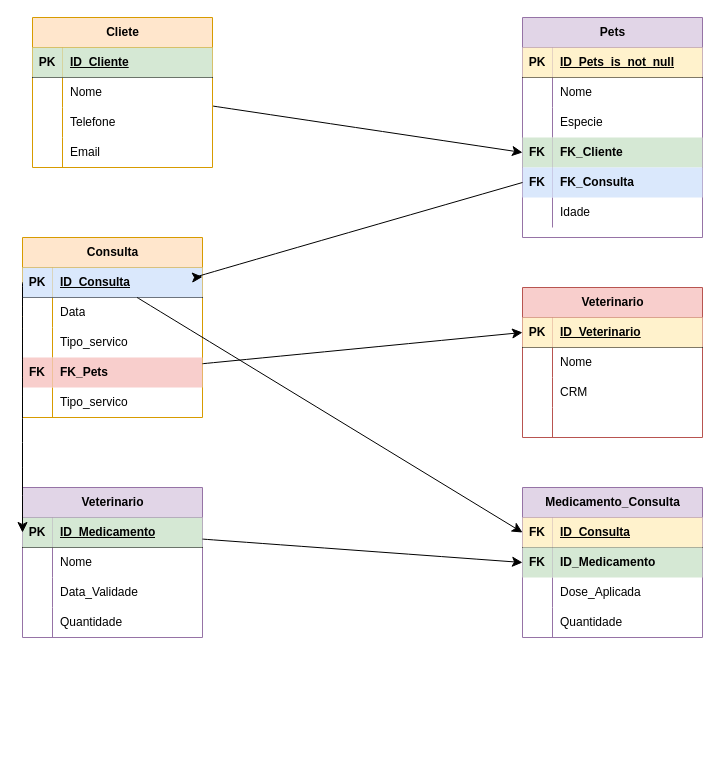
The draw.io diagram AULA01-EX04.drawio in wpriska/Modelagem-de-Dados, before the edit. Source tidied: cells renumbered, new cells numbered last; positions are measured from the earlier drawing's top-left corner, leaving out a move shared by most shapes. Both pictures are drawn from the tidied source at 100%, with x=0, y=0 at pixel (22, 17).
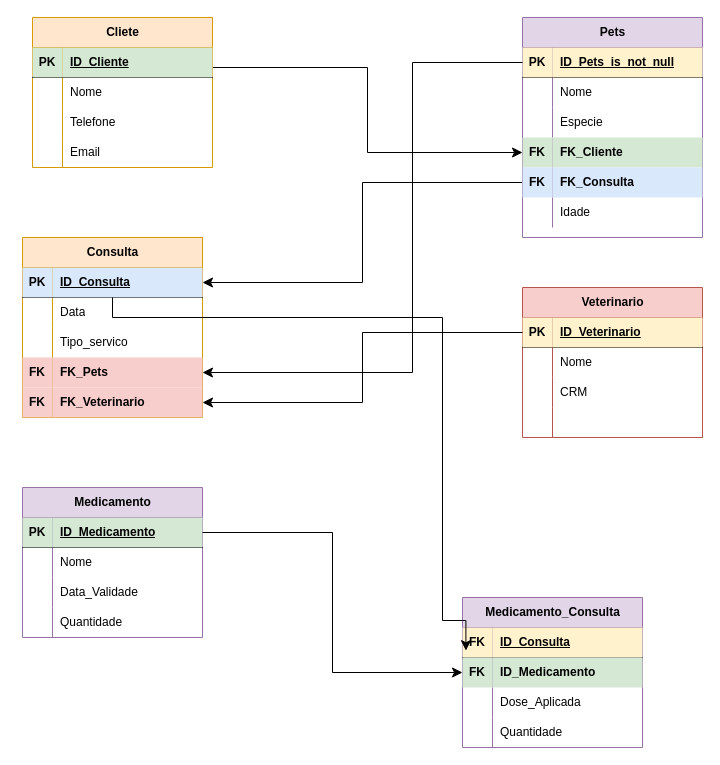
After the change.

The change refers to these unchanged cells:
```xml
<mxCell id="3" value="Cliete" style="shape=table;startSize=30;childLayout=tableLayout;rowLines=0;fontStyle=1;align=center;html=1;fillColor=#ffe6cc;strokeColor=#d79b00;" parent="1" vertex="1">
  <mxGeometry x="10" width="180" height="150" as="geometry" />
</mxCell>
<mxCell id="16" value="Pets" style="shape=table;startSize=30;childLayout=tableLayout;rowLines=0;fontStyle=1;align=center;html=1;fillColor=#e1d5e7;strokeColor=#9673a6;" parent="1" vertex="1">
  <mxGeometry x="500" width="180" height="220" as="geometry" />
</mxCell>
<mxCell id="17" style="shape=tableRow;horizontal=0;startSize=0;swimlaneHead=0;swimlaneBody=0;fillColor=none;points=[[0,0.5],[1,0.5]];portConstraint=eastwest;top=0;left=0;right=0;bottom=1;" parent="16" vertex="1">
  <mxGeometry y="30" width="180" height="30" as="geometry" />
</mxCell>
<mxCell id="26" style="shape=tableRow;horizontal=0;startSize=0;swimlaneHead=0;swimlaneBody=0;fillColor=none;points=[[0,0.5],[1,0.5]];portConstraint=eastwest;top=0;left=0;right=0;bottom=0;" parent="16" vertex="1">
  <mxGeometry y="120" width="180" height="30" as="geometry" />
</mxCell>
<mxCell id="29" style="shape=tableRow;horizontal=0;startSize=0;swimlaneHead=0;swimlaneBody=0;fillColor=none;points=[[0,0.5],[1,0.5]];portConstraint=eastwest;top=0;left=0;right=0;bottom=0;" parent="16" vertex="1">
  <mxGeometry y="150" width="180" height="30" as="geometry" />
</mxCell>
<mxCell id="35" value="Consulta" style="shape=table;startSize=30;childLayout=tableLayout;rowLines=0;fontStyle=1;align=center;html=1;fillColor=#ffe6cc;strokeColor=#d79b00;" parent="1" vertex="1">
  <mxGeometry y="220" width="180" height="180" as="geometry" />
</mxCell>
<mxCell id="36" style="shape=tableRow;horizontal=0;startSize=0;swimlaneHead=0;swimlaneBody=0;fillColor=none;points=[[0,0.5],[1,0.5]];portConstraint=eastwest;top=0;left=0;right=0;bottom=1;" parent="35" vertex="1">
  <mxGeometry y="30" width="180" height="30" as="geometry" />
</mxCell>
<mxCell id="45" style="shape=tableRow;horizontal=0;startSize=0;swimlaneHead=0;swimlaneBody=0;fillColor=none;points=[[0,0.5],[1,0.5]];portConstraint=eastwest;top=0;left=0;right=0;bottom=0;" parent="35" vertex="1">
  <mxGeometry y="120" width="180" height="30" as="geometry" />
</mxCell>
<mxCell id="48" style="shape=tableRow;horizontal=0;startSize=0;swimlaneHead=0;swimlaneBody=0;fillColor=none;points=[[0,0.5],[1,0.5]];portConstraint=eastwest;top=0;left=0;right=0;bottom=0;" parent="35" vertex="1">
  <mxGeometry y="150" width="180" height="30" as="geometry" />
</mxCell>
<mxCell id="53" style="shape=tableRow;horizontal=0;startSize=0;swimlaneHead=0;swimlaneBody=0;fillColor=none;points=[[0,0.5],[1,0.5]];portConstraint=eastwest;top=0;left=0;right=0;bottom=1;" parent="52" vertex="1">
  <mxGeometry y="30" width="180" height="30" as="geometry" />
</mxCell>
<mxCell id="66" style="shape=tableRow;horizontal=0;startSize=0;swimlaneHead=0;swimlaneBody=0;fillColor=none;points=[[0,0.5],[1,0.5]];portConstraint=eastwest;top=0;left=0;right=0;bottom=1;" parent="65" vertex="1">
  <mxGeometry y="30" width="180" height="30" as="geometry" />
</mxCell>
<mxCell id="80" style="shape=tableRow;horizontal=0;startSize=0;swimlaneHead=0;swimlaneBody=0;fillColor=none;points=[[0,0.5],[1,0.5]];portConstraint=eastwest;top=0;left=0;right=0;bottom=1;" parent="79" vertex="1">
  <mxGeometry y="30" width="180" height="30" as="geometry" />
</mxCell>
<mxCell id="83" style="shape=tableRow;horizontal=0;startSize=0;swimlaneHead=0;swimlaneBody=0;fillColor=none;points=[[0,0.5],[1,0.5]];portConstraint=eastwest;top=0;left=0;right=0;bottom=0;" parent="79" vertex="1">
  <mxGeometry y="60" width="180" height="30" as="geometry" />
</mxCell>
```

Change to the diagram source:
```diff
@@
-    <mxCell id="2" style="edgeStyle=none;curved=1;rounded=0;jettySize=auto;html=1;entryX=0;entryY=0.5;entryDx=0;entryDy=0;fontSize=12;startSize=8;endSize=8;" parent="1" edge="1" source="3" target="26">
-      <mxGeometry relative="1" as="geometry" />
+    <mxCell id="2" style="edgeStyle=orthogonalEdgeStyle;rounded=0;jettySize=auto;html=1;entryX=0;entryY=0.5;entryDx=0;entryDy=0;fontSize=12;startSize=8;endSize=8;strokeColor=default;" parent="1" edge="1" source="3" target="26">
+      <mxGeometry relative="1" as="geometry">
+        <Array as="points">
+          <mxPoint x="345" y="50" />
+          <mxPoint x="345" y="135" />
+        </Array>
+      </mxGeometry>
     </mxCell>
@@
+    <mxCell id="95" style="edgeStyle=orthogonalEdgeStyle;rounded=0;jettySize=auto;html=1;exitX=0;exitY=0.75;exitDx=0;exitDy=0;entryX=1;entryY=0.5;entryDx=0;entryDy=0;fontSize=12;startSize=8;endSize=8;" parent="1" edge="1" source="16" target="36">
+      <mxGeometry relative="1" as="geometry" />
+    </mxCell>
@@
-    <mxCell id="49" style="shape=partialRectangle;fillColor=none;top=0;left=0;bottom=0;right=0;overflow=hidden;whiteSpace=wrap;html=1;" parent="48" vertex="1">
+    <mxCell id="49" value="FK" style="shape=partialRectangle;fillColor=#f8cecc;top=0;left=0;bottom=0;right=0;overflow=hidden;whiteSpace=wrap;html=1;fontStyle=1;strokeColor=#b85450;" parent="48" vertex="1">
       <mxGeometry width="30" height="30" as="geometry" />
     </mxCell>
-    <mxCell id="50" value="Tipo_servico" style="shape=partialRectangle;fillColor=none;top=0;left=0;bottom=0;right=0;align=left;spacingLeft=6;overflow=hidden;whiteSpace=wrap;html=1;" parent="48" vertex="1">
+    <mxCell id="50" value="FK_Veterinario" style="shape=partialRectangle;fillColor=#f8cecc;top=0;left=0;bottom=0;right=0;align=left;spacingLeft=6;overflow=hidden;whiteSpace=wrap;html=1;strokeColor=#b85450;fontStyle=1;" parent="48" vertex="1">
       <mxGeometry x="30" width="150" height="30" as="geometry" />
     </mxCell>
-    <mxCell id="51" style="edgeStyle=none;curved=1;rounded=0;jettySize=auto;html=1;fontSize=12;startSize=8;endSize=8;exitX=0;exitY=0.5;exitDx=0;exitDy=0;" parent="1" edge="1" source="29" target="36">
-      <mxGeometry relative="1" as="geometry">
-        <Array as="points">
-          <mxPoint x="170" y="260" />
-        </Array>
-      </mxGeometry>
-    </mxCell>
@@
-    <mxCell id="65" value="Veterinario" style="shape=table;startSize=30;childLayout=tableLayout;rowLines=0;fontStyle=1;align=center;html=1;fillColor=#e1d5e7;strokeColor=#9673a6;" parent="1" vertex="1">
+    <mxCell id="65" value="Medicamento" style="shape=table;startSize=30;childLayout=tableLayout;rowLines=0;fontStyle=1;align=center;html=1;fillColor=#e1d5e7;strokeColor=#9673a6;" parent="1" vertex="1">
       <mxGeometry y="470" width="180" height="150" as="geometry" />
     </mxCell>
@@
-    <mxCell id="78" style="edgeStyle=none;curved=1;rounded=0;jettySize=auto;html=1;entryX=0;entryY=0.5;entryDx=0;entryDy=0;fontSize=12;startSize=8;endSize=8;" parent="1" edge="1" source="45" target="53">
-      <mxGeometry relative="1" as="geometry" />
-    </mxCell>
     <mxCell id="79" value="Medicamento_Consulta" style="shape=table;startSize=30;childLayout=tableLayout;rowLines=0;fontStyle=1;align=center;html=1;fillColor=#e1d5e7;strokeColor=#9673a6;" parent="1" vertex="1">
-      <mxGeometry x="500" y="470" width="180" height="150" as="geometry" />
+      <mxGeometry x="440" y="580" width="180" height="150" as="geometry" />
     </mxCell>
@@
-    <mxCell id="92" style="edgeStyle=none;curved=1;rounded=0;jettySize=auto;html=1;entryX=0;entryY=0.5;entryDx=0;entryDy=0;fontSize=12;startSize=8;endSize=8;" parent="1" edge="1" source="66" target="83">
+    <mxCell id="92" style="edgeStyle=orthogonalEdgeStyle;rounded=0;jettySize=auto;html=1;entryX=0;entryY=0.5;entryDx=0;entryDy=0;fontSize=12;startSize=8;endSize=8;" parent="1" edge="1" source="66" target="83">
       <mxGeometry relative="1" as="geometry" />
     </mxCell>
-    <mxCell id="93" style="edgeStyle=none;curved=1;rounded=0;jettySize=auto;html=1;entryX=0;entryY=0.5;entryDx=0;entryDy=0;fontSize=12;startSize=8;endSize=8;" parent="1" edge="1" source="36" target="80">
-      <mxGeometry relative="1" as="geometry" />
+    <mxCell id="93" style="edgeStyle=orthogonalEdgeStyle;rounded=0;jettySize=auto;html=1;entryX=0.019;entryY=0.773;entryDx=0;entryDy=0;entryPerimeter=0;fontSize=12;startSize=8;endSize=8;" parent="1" edge="1" source="36" target="80">
+      <mxGeometry relative="1" as="geometry">
+        <Array as="points">
+          <mxPoint x="90" y="300" />
+          <mxPoint x="420" y="300" />
+          <mxPoint x="420" y="603" />
+          <mxPoint x="443" y="603" />
+        </Array>
+      </mxGeometry>
     </mxCell>
-    <mxCell id="94" style="edgeStyle=none;curved=1;rounded=0;jettySize=auto;html=1;exitX=0;exitY=0.5;exitDx=0;exitDy=0;entryX=0;entryY=0.5;entryDx=0;entryDy=0;fontSize=12;startSize=8;endSize=8;" parent="1" edge="1" source="36" target="66">
-      <mxGeometry relative="1" as="geometry" />
-    </mxCell>
+    <mxCell id="96" style="edgeStyle=orthogonalEdgeStyle;rounded=0;jettySize=auto;html=1;entryX=1;entryY=0.75;entryDx=0;entryDy=0;fontSize=12;startSize=8;endSize=8;" parent="1" edge="1" source="17" target="35">
+      <mxGeometry relative="1" as="geometry">
+        <Array as="points">
+          <mxPoint x="390" y="45" />
+          <mxPoint x="390" y="355" />
+        </Array>
+      </mxGeometry>
+    </mxCell>
+    <mxCell id="97" style="edgeStyle=orthogonalEdgeStyle;rounded=0;jettySize=auto;html=1;entryX=1;entryY=0.5;entryDx=0;entryDy=0;fontSize=12;startSize=8;endSize=8;" parent="1" edge="1" source="53" target="48">
+      <mxGeometry relative="1" as="geometry" />
+    </mxCell>
```
